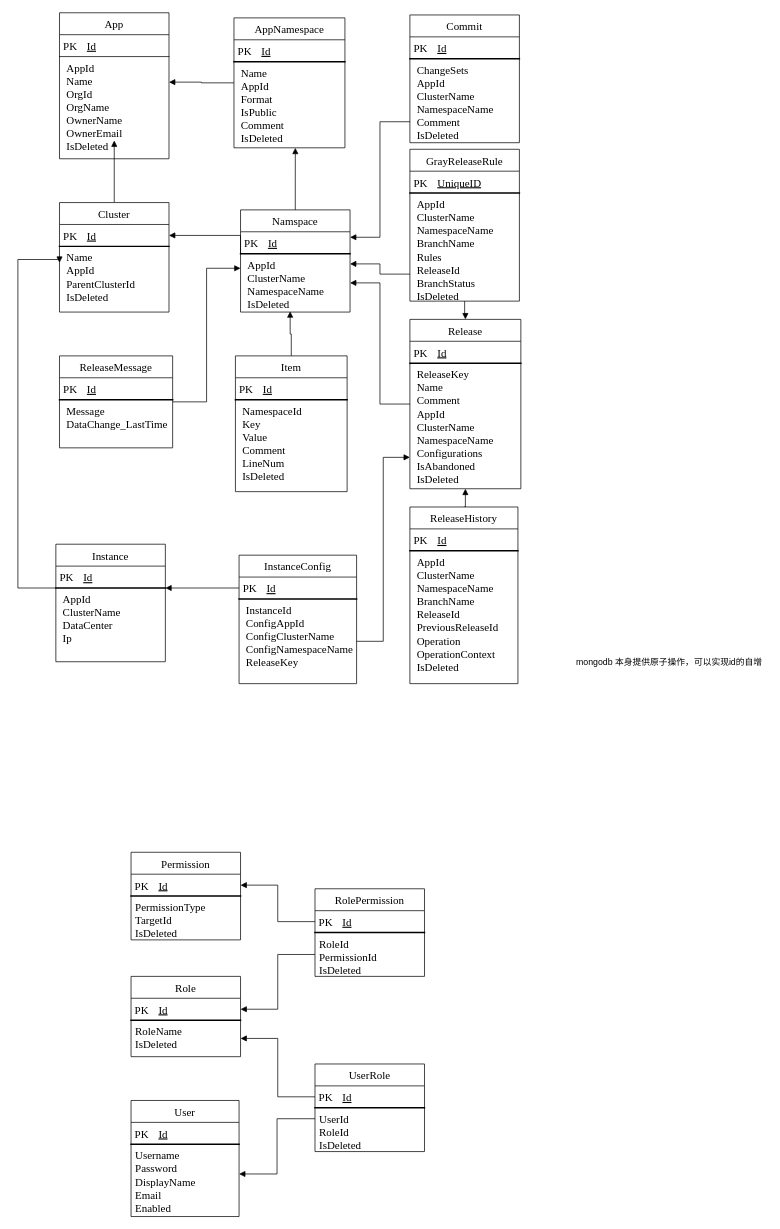
The draw.io diagram page "ER图" (11 of 12) of Untitled Diagram.drawio in WWj5921/ConfigCenter, before the edit. Source tidied: cells renumbered, new cells numbered last; positions are measured from the earlier drawing's top-left corner, leaving out a move shared by most shapes. Both pictures are drawn from the tidied source at 73%, with x=0, y=0 at pixel (18, 12).
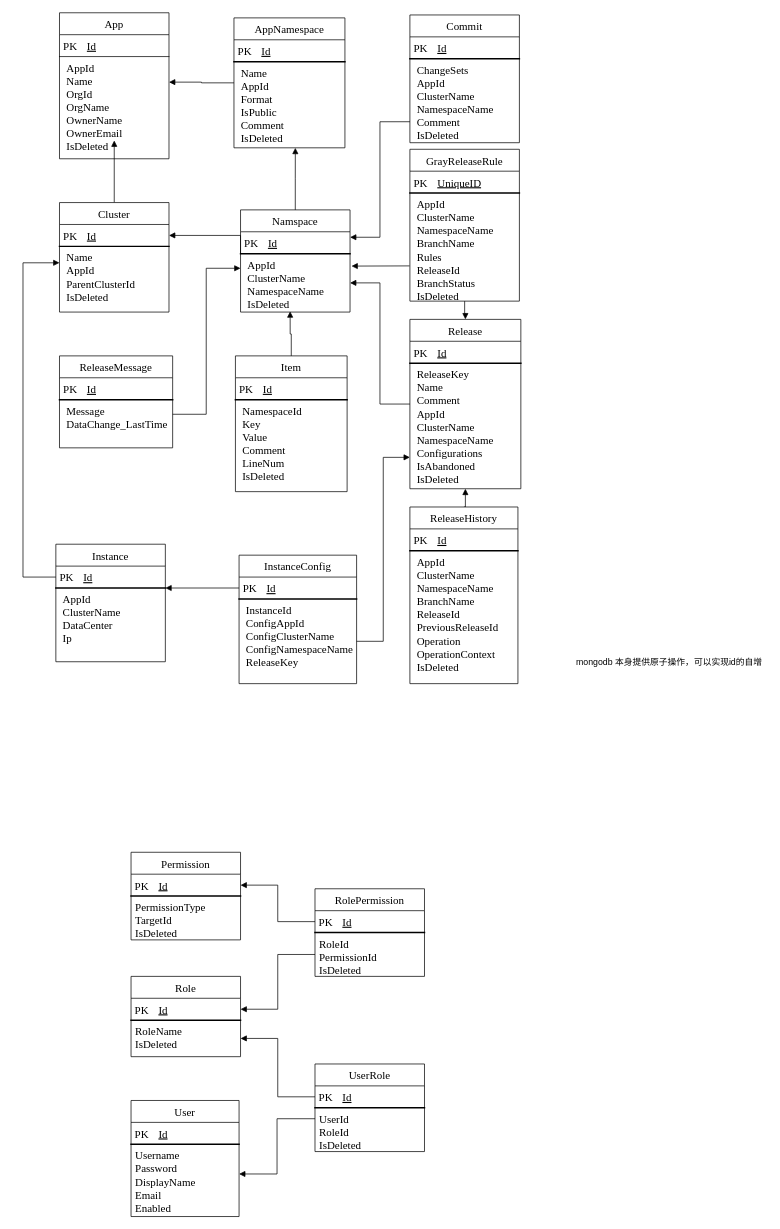
The same page after the edit.

The change refers to these unchanged cells:
```xml
<mxCell id="10" value="AppNamespace" style="swimlane;horizontal=1;startSize=30;rounded=0;fontSize=15;fontStyle=0;strokeWidth=1;shadow=0;dashed=0;align=center;fontFamily=Times New Roman;" parent="1" vertex="1">
  <mxGeometry x="296" y="7" width="152" height="178" as="geometry" />
</mxCell>
<mxCell id="22" value=" Name &#10; AppId &#10; ParentClusterId&#10; IsDeleted      " style="align=left;strokeColor=none;fillColor=none;spacingLeft=4;fontSize=15;verticalAlign=top;fontFamily=Times New Roman;fontStyle=0;" parent="17" vertex="1">
  <mxGeometry y="60" width="150" height="90" as="geometry" />
</mxCell>
<mxCell id="29" value=" AppId &#10; ClusterName &#10; NamespaceName&#10; IsDeleted    " style="align=left;strokeColor=none;fillColor=none;spacingLeft=4;fontSize=15;verticalAlign=top;fontFamily=Times New Roman;fontStyle=0;" parent="24" vertex="1">
  <mxGeometry y="60" width="150" height="80" as="geometry" />
</mxCell>
<mxCell id="55" value=" AppId &#10; ClusterName &#10; NamespaceName&#10; BranchName &#10; Rules &#10; ReleaseId &#10; BranchStatus &#10; IsDeleted    " style="align=left;strokeColor=none;fillColor=none;spacingLeft=4;fontSize=15;verticalAlign=top;fontFamily=Times New Roman;fontStyle=0;" parent="50" vertex="1">
  <mxGeometry y="60" width="150" height="148" as="geometry" />
</mxCell>
<mxCell id="58" style="shape=tableRow;horizontal=0;startSize=0;swimlaneHead=0;swimlaneBody=0;fillColor=none;points=[[0,0.5],[1,0.5]];portConstraint=eastwest;top=0;left=0;right=0;bottom=1;rounded=0;strokeWidth=2;fontFamily=Times New Roman;fontSize=15;fontStyle=0;" parent="57" vertex="1">
  <mxGeometry width="150" height="30" as="geometry" />
</mxCell>
<mxCell id="61" value=" AppId &#10; ClusterName &#10; DataCenter &#10; Ip          " style="align=left;strokeColor=none;fillColor=none;spacingLeft=4;fontSize=15;verticalAlign=top;fontFamily=Times New Roman;fontStyle=0;" parent="56" vertex="1">
  <mxGeometry y="60" width="150" height="101" as="geometry" />
</mxCell>
<mxCell id="76" value="ReleaseMessage" style="swimlane;horizontal=1;startSize=30;rounded=0;fontSize=15;fontStyle=0;strokeWidth=1;shadow=0;dashed=0;align=center;fontFamily=Times New Roman;" parent="1" vertex="1">
  <mxGeometry x="57" y="470" width="155" height="126" as="geometry" />
</mxCell>
```

The edit, as a diff of the source:
```diff
@@
-    <mxCell id="15" value=" Name &#10; AppId &#10; Format &#10; IsPublic &#10; Comment &#10; IsDeleted" style="align=left;strokeColor=none;fillColor=none;spacingLeft=4;fontSize=15;verticalAlign=top;strokeWidth=6;fontFamily=Times New Roman;fontStyle=0;" parent="10" vertex="1">
+    <mxCell id="15" value=" Name &#10; AppId &#10; Format &#10; IsPublic &#10; Comment &#10; IsDeleted" style="align=left;strokeColor=none;fillColor=none;spacingLeft=4;fontSize=15;verticalAlign=top;strokeWidth=0;fontFamily=Times New Roman;fontStyle=0;" parent="10" vertex="1">
       <mxGeometry y="60" width="152" height="118" as="geometry" />
     </mxCell>
@@
     <mxCell id="75" style="edgeStyle=orthogonalEdgeStyle;rounded=0;jettySize=auto;html=1;entryX=0;entryY=0.25;entryDx=0;entryDy=0;endArrow=block;endFill=1;strokeWidth=1;fontFamily=Times New Roman;fontSize=15;fontStyle=0;" parent="1" edge="1" source="76" target="29">
-      <mxGeometry relative="1" as="geometry" />
+      <mxGeometry relative="1" as="geometry">
+        <Array as="points">
+          <mxPoint x="258" y="550" />
+          <mxPoint x="258" y="350" />
+        </Array>
+      </mxGeometry>
     </mxCell>
@@
-    <mxCell id="115" style="edgeStyle=orthogonalEdgeStyle;rounded=0;jettySize=auto;html=1;exitX=0;exitY=0.75;exitDx=0;exitDy=0;entryX=1;entryY=0.175;entryDx=0;entryDy=0;entryPerimeter=0;endArrow=block;endFill=1;strokeWidth=1;fontFamily=Times New Roman;fontSize=15;fontStyle=0;" parent="1" edge="1" source="55" target="29">
-      <mxGeometry relative="1" as="geometry" />
+    <mxCell id="115" style="rounded=0;jettySize=auto;html=1;exitX=-0.003;exitY=0.674;exitDx=0;exitDy=0;endArrow=block;endFill=1;strokeWidth=1;fontFamily=Times New Roman;fontSize=15;fontStyle=0;exitPerimeter=0;" parent="1" edge="1" source="55">
+      <mxGeometry relative="1" as="geometry">
+        <mxPoint x="457" y="347" as="targetPoint" />
+      </mxGeometry>
     </mxCell>
@@
-    <mxCell id="123" style="edgeStyle=orthogonalEdgeStyle;rounded=0;jettySize=auto;html=1;exitX=0;exitY=0;exitDx=0;exitDy=0;fontFamily=Times New Roman;fontSize=15;endArrow=block;endFill=1;endSize=6;strokeWidth=1;entryX=0;entryY=0.25;entryDx=0;entryDy=0;" parent="1" edge="1" source="61" target="22">
-      <mxGeometry relative="1" as="geometry">
-        <Array as="points">
-          <mxPoint y="788" />
-          <mxPoint y="338" />
-        </Array>
-      </mxGeometry>
-    </mxCell>
+    <mxCell id="124" style="edgeStyle=orthogonalEdgeStyle;rounded=0;jettySize=auto;html=1;exitX=0;exitY=0.5;exitDx=0;exitDy=0;entryX=0;entryY=0.25;entryDx=0;entryDy=0;fontFamily=Times New Roman;fontSize=15;endArrow=block;endFill=1;endSize=6;strokeWidth=1;" parent="1" edge="1" source="58" target="22">
+      <mxGeometry relative="1" as="geometry">
+        <Array as="points">
+          <mxPoint x="7" y="773" />
+          <mxPoint x="7" y="342" />
+        </Array>
+      </mxGeometry>
+    </mxCell>
```
